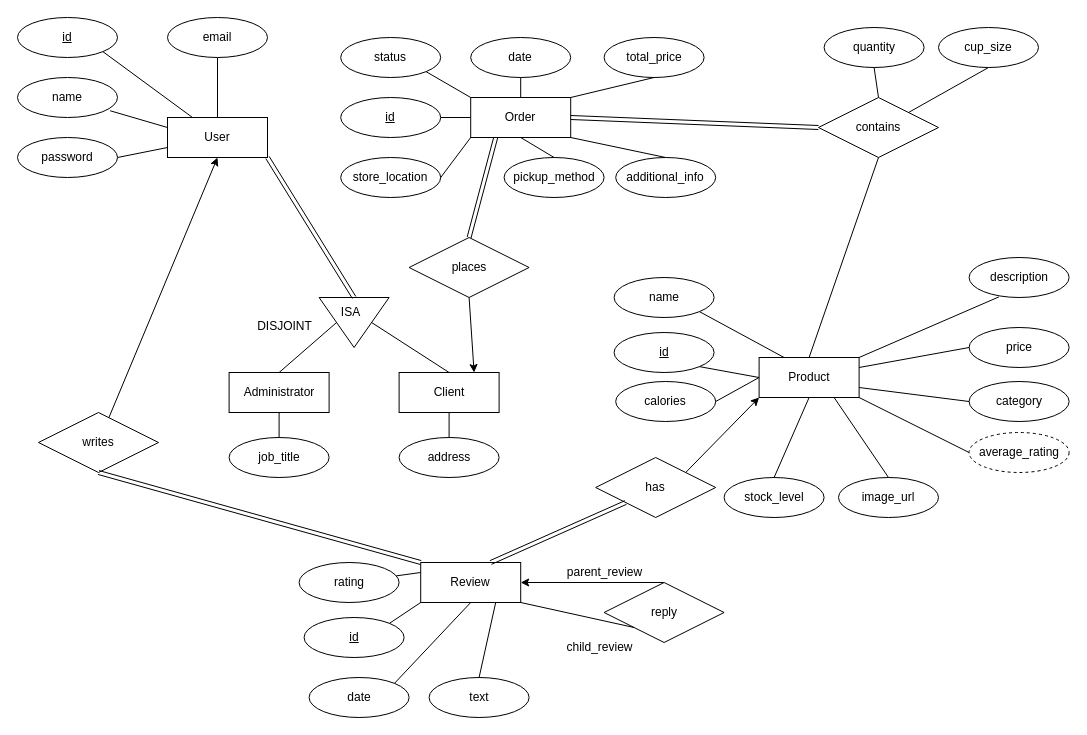
The draw.io diagram resources/diagrams/erd.dio in steamysips/steamy-sips, before the edit. Source tidied: cells renumbered, new cells numbered last; positions are measured from the earlier drawing's top-left corner, leaving out a move shared by most shapes. Both pictures are drawn from the tidied source at 100%, with x=0, y=0 at pixel (17, 17).
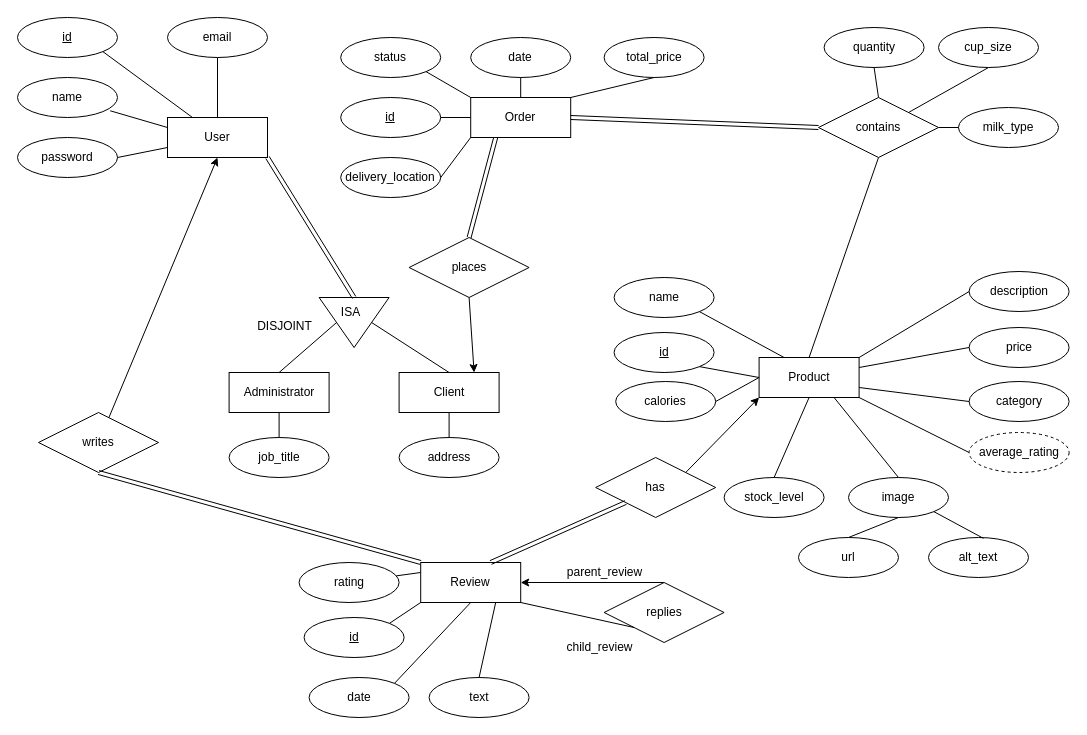
The same diagram, later.

Commit message:
update order entity and order-product relationship

add composite attribute to product entity

The change refers to these unchanged cells:
```xml
<mxCell id="2" value="Product" style="whiteSpace=wrap;html=1;align=center;" parent="1" vertex="1">
  <mxGeometry x="741.6" y="340" width="100" height="40" as="geometry" />
</mxCell>
<mxCell id="55" value="Order" style="whiteSpace=wrap;html=1;align=center;" parent="1" vertex="1">
  <mxGeometry x="453.2" y="80" width="100" height="40" as="geometry" />
</mxCell>
<mxCell id="56" value="contains" style="shape=rhombus;perimeter=rhombusPerimeter;whiteSpace=wrap;html=1;align=center;" parent="1" vertex="1">
  <mxGeometry x="801" y="80" width="120" height="60" as="geometry" />
</mxCell>
```

What changed in the source:
```diff
@@
     <mxCell id="5" value="description" style="ellipse;whiteSpace=wrap;html=1;align=center;" parent="1" vertex="1">
-      <mxGeometry x="951.6" y="240" width="100" height="40" as="geometry" />
+      <mxGeometry x="951.6" y="254" width="100" height="40" as="geometry" />
     </mxCell>
@@
-    <mxCell id="25" style="endArrow=none;html=1;rounded=0;exitX=1;exitY=0;exitDx=0;exitDy=0;entryX=0.298;entryY=0.985;entryDx=0;entryDy=0;entryPerimeter=0;" parent="1" edge="1" source="2" target="5">
+    <mxCell id="25" style="endArrow=none;html=1;rounded=0;exitX=1;exitY=0;exitDx=0;exitDy=0;entryX=0;entryY=0.5;entryDx=0;entryDy=0;" parent="1" edge="1" source="2" target="5">
       <mxGeometry relative="1" as="geometry" />
     </mxCell>
@@
-    <mxCell id="45" value="image_url" style="ellipse;whiteSpace=wrap;html=1;align=center;" parent="1" vertex="1">
-      <mxGeometry x="821" y="460" width="100" height="40" as="geometry" />
+    <mxCell id="45" value="image" style="ellipse;whiteSpace=wrap;html=1;align=center;" parent="1" vertex="1">
+      <mxGeometry x="831" y="460" width="100" height="40" as="geometry" />
     </mxCell>
@@
-    <mxCell id="68" value="reply" style="shape=rhombus;perimeter=rhombusPerimeter;whiteSpace=wrap;html=1;align=center;" parent="1" vertex="1">
+    <mxCell id="68" value="replies" style="shape=rhombus;perimeter=rhombusPerimeter;whiteSpace=wrap;html=1;align=center;" parent="1" vertex="1">
       <mxGeometry x="586.6" y="565" width="120" height="60" as="geometry" />
     </mxCell>
@@
-    <mxCell id="78" value="pickup_method" style="ellipse;whiteSpace=wrap;html=1;align=center;" parent="1" vertex="1">
-      <mxGeometry x="486.6" y="140" width="100" height="40" as="geometry" />
-    </mxCell>
-    <mxCell id="79" style="endArrow=none;html=1;rounded=0;exitX=0.5;exitY=0;exitDx=0;exitDy=0;entryX=0.5;entryY=1;entryDx=0;entryDy=0;" parent="1" edge="1" source="78" target="55">
-      <mxGeometry relative="1" as="geometry" />
-    </mxCell>
@@
-    <mxCell id="82" value="store_location" style="ellipse;whiteSpace=wrap;html=1;align=center;" parent="1" vertex="1">
+    <mxCell id="82" value="delivery_location" style="ellipse;whiteSpace=wrap;html=1;align=center;" parent="1" vertex="1">
       <mxGeometry x="323.2" y="140" width="100" height="40" as="geometry" />
     </mxCell>
@@
-    <mxCell id="84" value="additional_info" style="ellipse;whiteSpace=wrap;html=1;align=center;" parent="1" vertex="1">
-      <mxGeometry x="598.2" y="140" width="100" height="40" as="geometry" />
-    </mxCell>
-    <mxCell id="85" style="endArrow=none;html=1;rounded=0;exitX=0.5;exitY=0;exitDx=0;exitDy=0;entryX=1;entryY=1;entryDx=0;entryDy=0;" parent="1" edge="1" source="84" target="55">
-      <mxGeometry relative="1" as="geometry" />
-    </mxCell>
@@
+    <mxCell id="87" value="milk_type" style="ellipse;whiteSpace=wrap;html=1;align=center;" parent="1" vertex="1">
+      <mxGeometry x="941" y="90" width="100" height="40" as="geometry" />
+    </mxCell>
+    <mxCell id="88" style="endArrow=none;html=1;rounded=0;exitX=0;exitY=0.5;exitDx=0;exitDy=0;entryX=1;entryY=0.5;entryDx=0;entryDy=0;startArrow=none;" parent="1" edge="1" source="87" target="56">
+      <mxGeometry relative="1" as="geometry" />
+    </mxCell>
+    <mxCell id="89" value="url" style="ellipse;whiteSpace=wrap;html=1;align=center;" parent="1" vertex="1">
+      <mxGeometry x="781" y="520" width="100" height="40" as="geometry" />
+    </mxCell>
+    <mxCell id="90" value="alt_text" style="ellipse;whiteSpace=wrap;html=1;align=center;" parent="1" vertex="1">
+      <mxGeometry x="911" y="520" width="100" height="40" as="geometry" />
+    </mxCell>
+    <mxCell id="91" style="endArrow=none;html=1;rounded=0;exitX=1;exitY=1;exitDx=0;exitDy=0;entryX=0.549;entryY=0.021;entryDx=0;entryDy=0;entryPerimeter=0;" parent="1" edge="1" source="45" target="90">
+      <mxGeometry relative="1" as="geometry" />
+    </mxCell>
+    <mxCell id="92" style="endArrow=none;html=1;rounded=0;exitX=0.5;exitY=1;exitDx=0;exitDy=0;entryX=0.5;entryY=0;entryDx=0;entryDy=0;" parent="1" edge="1" source="45" target="89">
+      <mxGeometry relative="1" as="geometry" />
+    </mxCell>
```
